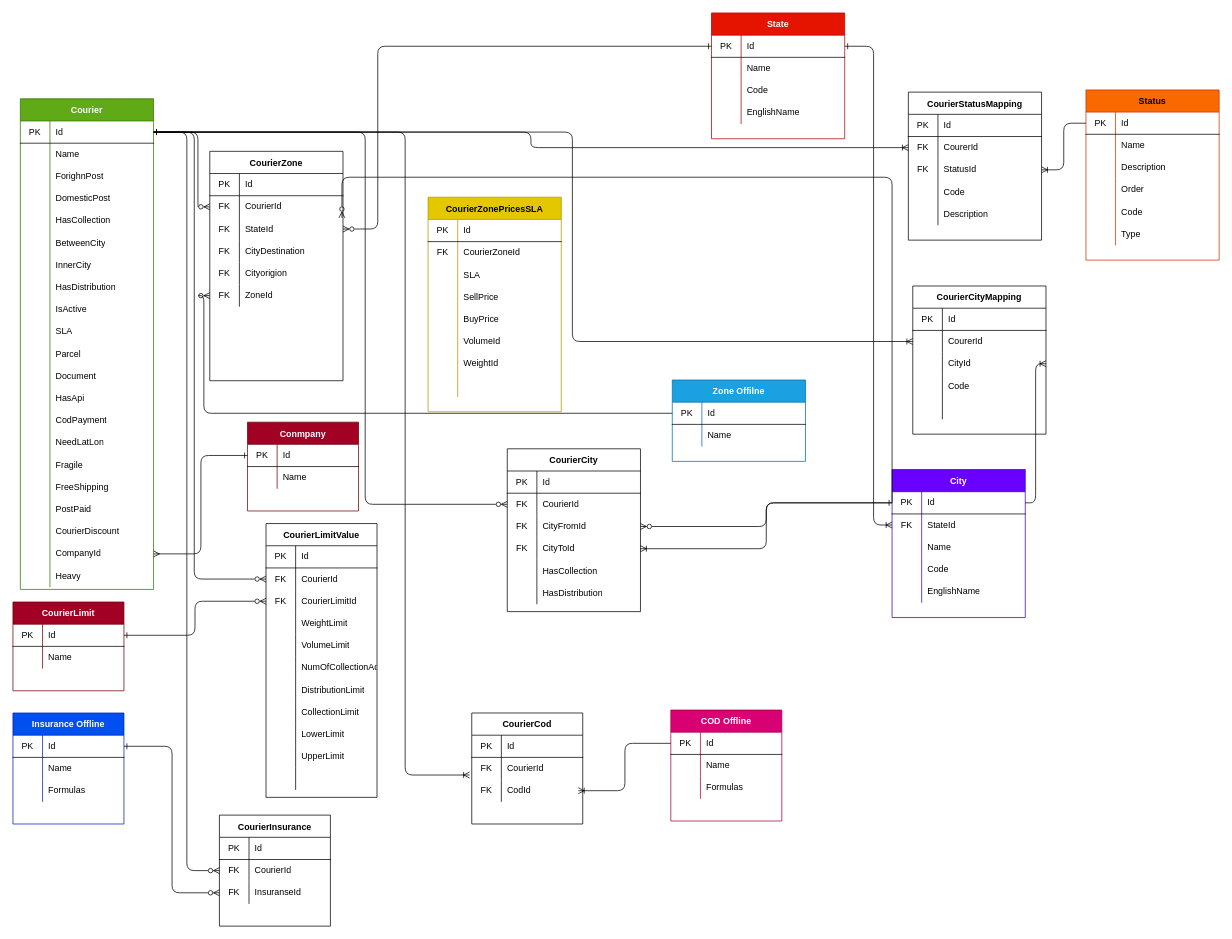
The draw.io diagram 02-Product-servise/Diagrams/Product.drawio in behrangaghili/Postex-Documents_Diagrams, before the edit. Source tidied: cells renumbered, new cells numbered last; positions are measured from the earlier drawing's top-left corner, leaving out a move shared by most shapes. Both pictures are drawn from the tidied source at 74%, with x=0, y=0 at pixel (13, 13).
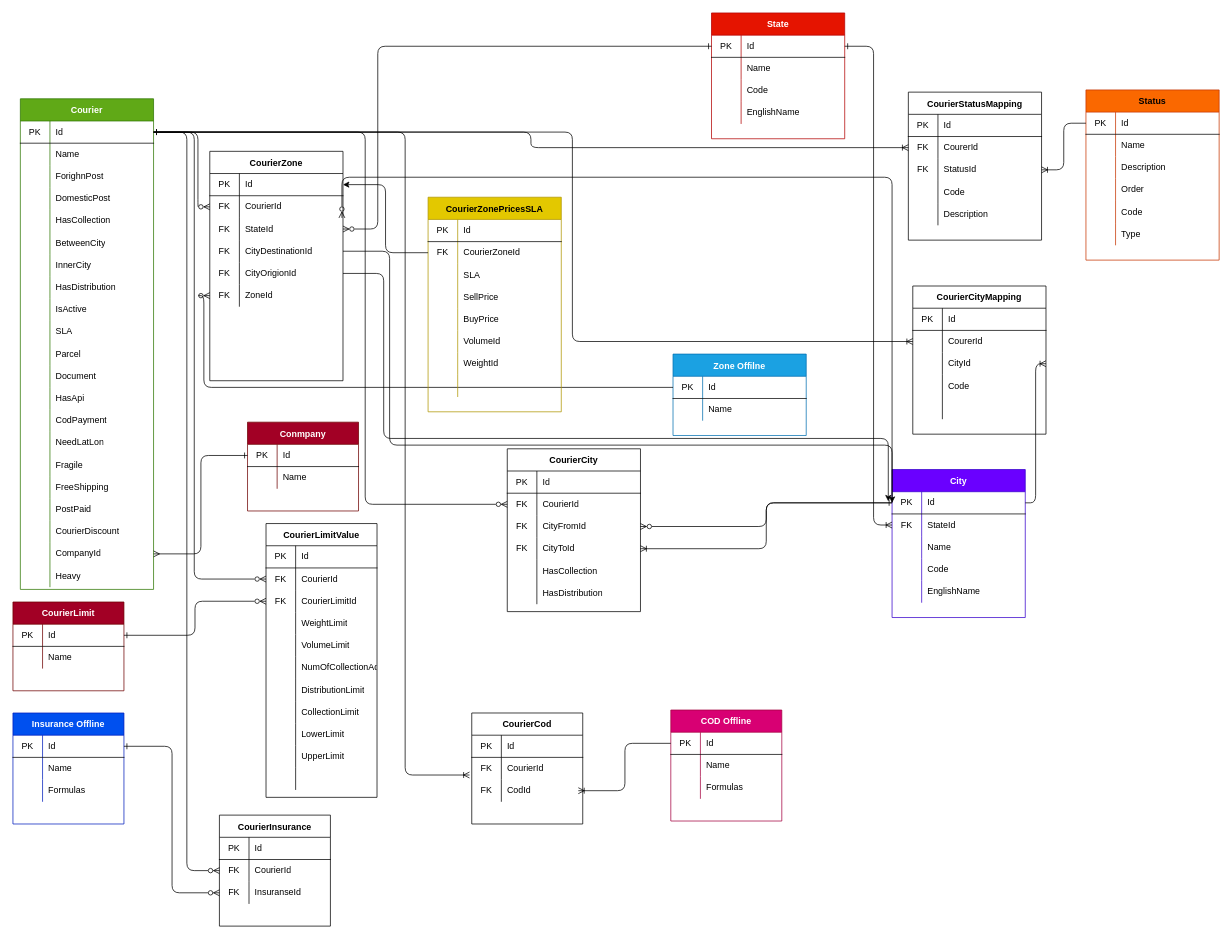
Above is the later version.

Commit message:
courier service

The change refers to these unchanged cells:
```xml
<mxCell id="16" style="shape=partialRectangle;html=1;whiteSpace=wrap;fillColor=none;top=0;left=0;bottom=1;right=0;points=[[0,0.5],[1,0.5]];portConstraint=eastwest;" parent="15" vertex="1">
  <mxGeometry y="30" width="180" height="30" as="geometry" />
</mxCell>
<mxCell id="104" style="shape=partialRectangle;html=1;whiteSpace=wrap;fillColor=none;top=0;left=0;bottom=1;right=0;points=[[0,0.5],[1,0.5]];portConstraint=eastwest;" parent="103" vertex="1">
  <mxGeometry y="30" width="180" height="30" as="geometry" />
</mxCell>
<mxCell id="113" style="shape=partialRectangle;html=1;whiteSpace=wrap;fillColor=none;top=0;left=0;bottom=0;right=0;points=[[0,0.5],[1,0.5]];portConstraint=eastwest;" parent="103" vertex="1">
  <mxGeometry y="120" width="180" height="30" as="geometry" />
</mxCell>
<mxCell id="116" style="shape=partialRectangle;html=1;whiteSpace=wrap;fillColor=none;top=0;left=0;bottom=0;right=0;points=[[0,0.5],[1,0.5]];portConstraint=eastwest;" parent="103" vertex="1">
  <mxGeometry y="150" width="180" height="30" as="geometry" />
</mxCell>
<mxCell id="238" style="shape=partialRectangle;html=1;whiteSpace=wrap;fillColor=none;top=0;left=0;bottom=0;right=0;points=[[0,0.5],[1,0.5]];portConstraint=eastwest;" parent="234" vertex="1">
  <mxGeometry y="60" width="180" height="30" as="geometry" />
</mxCell>
```

What changed in the source:
```diff
@@
     <mxCell id="96" value="Zone Offilne" style="shape=table;startSize=30;childLayout=tableLayout;rowLines=0;fontStyle=1;align=center;fillColor=#1ba1e2;fontColor=#ffffff;strokeColor=#006EAF;" parent="1" vertex="1">
-      <mxGeometry x="891" y="496" width="180" height="110" as="geometry" />
+      <mxGeometry x="892" y="461" width="180" height="110" as="geometry" />
     </mxCell>
@@
-    <mxCell id="115" value="CityDestination " style="shape=partialRectangle;html=1;whiteSpace=wrap;fillColor=none;top=0;left=0;bottom=0;right=0;align=left;spacingLeft=6;overflow=hidden;" parent="113" vertex="1">
+    <mxCell id="115" value="CityDestinationId" style="shape=partialRectangle;html=1;whiteSpace=wrap;fillColor=none;top=0;left=0;bottom=0;right=0;align=left;spacingLeft=6;overflow=hidden;" parent="113" vertex="1">
       <mxGeometry x="40" width="140" height="30" as="geometry" />
     </mxCell>
@@
-    <mxCell id="118" value="&lt;span&gt;Cityorigion&lt;/span&gt;" style="shape=partialRectangle;html=1;whiteSpace=wrap;fillColor=none;top=0;left=0;bottom=0;right=0;align=left;spacingLeft=6;overflow=hidden;" parent="116" vertex="1">
+    <mxCell id="118" value="&lt;span&gt;CityOrigionId&lt;/span&gt;" style="shape=partialRectangle;html=1;whiteSpace=wrap;fillColor=none;top=0;left=0;bottom=0;right=0;align=left;spacingLeft=6;overflow=hidden;" parent="116" vertex="1">
       <mxGeometry x="40" width="140" height="30" as="geometry" />
     </mxCell>
@@
+    <mxCell id="325" style="edgeStyle=orthogonalEdgeStyle;html=1;exitX=0;exitY=0.5;exitDx=0;exitDy=0;entryX=1;entryY=0.5;entryDx=0;entryDy=0;" parent="1" edge="1" source="238" target="104">
+      <mxGeometry relative="1" as="geometry" />
+    </mxCell>
+    <mxCell id="326" style="edgeStyle=orthogonalEdgeStyle;html=1;exitX=1;exitY=0.5;exitDx=0;exitDy=0;entryX=0;entryY=0.5;entryDx=0;entryDy=0;" parent="1" edge="1" source="113" target="16">
+      <mxGeometry relative="1" as="geometry">
+        <Array as="points">
+          <mxPoint x="509" y="322" />
+          <mxPoint x="509" y="584" />
+          <mxPoint x="1188" y="584" />
+        </Array>
+      </mxGeometry>
+    </mxCell>
+    <mxCell id="327" style="edgeStyle=orthogonalEdgeStyle;html=1;exitX=1;exitY=0.5;exitDx=0;exitDy=0;" parent="1" edge="1" source="116">
+      <mxGeometry relative="1" as="geometry">
+        <mxPoint x="1182.9" y="660" as="targetPoint" />
+        <Array as="points">
+          <mxPoint x="501" y="352" />
+          <mxPoint x="501" y="575" />
+          <mxPoint x="1183" y="575" />
+        </Array>
+      </mxGeometry>
+    </mxCell>
```
